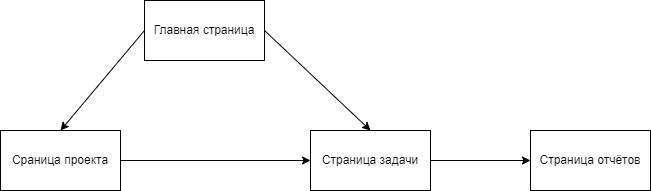
Before: builder_app_scheme.png, a diagram exported from draw.io (Involuntar/Test). Source tidied: cells renumbered, new cells last; positions are measured from the earlier drawing's top-left corner, leaving out a move shared by most shapes.
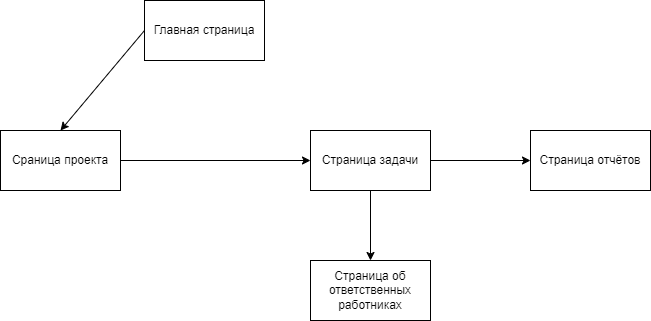
The same diagram one commit later.

What changed in the source:
```diff
@@ -11,20 +11,23 @@
     <mxCell id="4" style="edgeStyle=orthogonalEdgeStyle;rounded=0;jettySize=auto;html=1;entryX=0;entryY=0.5;entryDx=0;entryDy=0;" parent="1" edge="1" source="5" target="9">
       <mxGeometry relative="1" as="geometry" />
     </mxCell>
+    <mxCell id="10" style="edgeStyle=orthogonalEdgeStyle;rounded=0;jettySize=auto;html=1;entryX=0.5;entryY=0;entryDx=0;entryDy=0;" parent="1" edge="1" source="5" target="11">
+      <mxGeometry relative="1" as="geometry" />
+    </mxCell>
     <mxCell id="5" value="Страница задачи" style="rounded=0;whiteSpace=wrap;html=1;" parent="1" vertex="1">
       <mxGeometry x="310" y="130" width="120" height="60" as="geometry" />
     </mxCell>
     <mxCell id="6" style="endArrow=classic;html=1;rounded=0;entryX=0.5;entryY=0;entryDx=0;entryDy=0;exitX=0;exitY=0.5;exitDx=0;exitDy=0;" parent="1" edge="1" source="2" target="3">
       <mxGeometry relative="1" as="geometry" />
     </mxCell>
-    <mxCell id="7" style="endArrow=classic;html=1;rounded=0;entryX=0.5;entryY=0;entryDx=0;entryDy=0;exitX=1;exitY=0.5;exitDx=0;exitDy=0;" parent="1" edge="1" source="2" target="5">
-      <mxGeometry relative="1" as="geometry" />
-    </mxCell>
     <mxCell id="8" style="endArrow=classic;html=1;rounded=0;entryX=0;entryY=0.5;entryDx=0;entryDy=0;exitX=1;exitY=0.5;exitDx=0;exitDy=0;" parent="1" edge="1" source="3" target="5">
       <mxGeometry relative="1" as="geometry" />
     </mxCell>
     <mxCell id="9" value="Страница отчётов" style="rounded=0;whiteSpace=wrap;html=1;" parent="1" vertex="1">
       <mxGeometry x="530" y="130" width="120" height="60" as="geometry" />
     </mxCell>
+    <mxCell id="11" value="Страница об ответственных работниках" style="rounded=0;whiteSpace=wrap;html=1;" parent="1" vertex="1">
+      <mxGeometry x="310" y="260" width="120" height="60" as="geometry" />
+    </mxCell>
   </root>
 </mxGraphModel>
```
